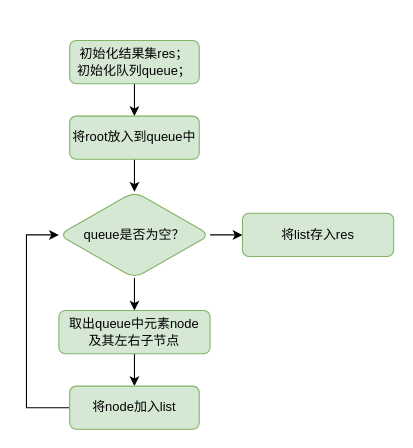
This is 2022年4月9日.drawio from HonyoLAN/telmy, a draw.io file, before an edit. Source tidied: cells renumbered, new cells numbered last; positions are measured from the earlier drawing's top-left corner, leaving out a move shared by most shapes. Both pictures are drawn from the tidied source at 108%, with x=0, y=0 at pixel (26, 40).
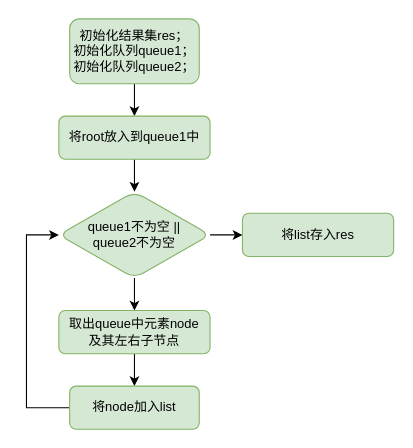
The same page after the edit.

Commit message (it also covers changes not shown here):
更新2022年4月9日.drawio

The edit, as a diff of the source:
```diff
@@
 <mxGraphModel>
   <root>
     <mxCell id="0" />
     <mxCell id="1" parent="0" />
     <mxCell id="2" style="edgeStyle=orthogonalEdgeStyle;rounded=0;jettySize=auto;html=1;" parent="1" edge="1" source="3" target="5">
       <mxGeometry relative="1" as="geometry" />
     </mxCell>
-    <mxCell id="3" value="初始化结果集res；&lt;br&gt;初始化队列queue；" style="rounded=1;whiteSpace=wrap;html=1;fillColor=#d5e8d4;strokeColor=#82b366;" parent="1" vertex="1">
-      <mxGeometry x="40" width="120" height="40" as="geometry" />
+    <mxCell id="3" value="初始化结果集res；&lt;br&gt;初始化队列queue1；&lt;br&gt;初始化队列queue2；" style="rounded=1;whiteSpace=wrap;html=1;fillColor=#d5e8d4;strokeColor=#82b366;" parent="1" vertex="1">
+      <mxGeometry x="40" y="-20" width="120" height="60" as="geometry" />
     </mxCell>
     <mxCell id="4" style="edgeStyle=orthogonalEdgeStyle;rounded=0;jettySize=auto;html=1;" parent="1" edge="1" source="5" target="8">
       <mxGeometry relative="1" as="geometry" />
     </mxCell>
-    <mxCell id="5" value="将root放入到queue中" style="rounded=1;whiteSpace=wrap;html=1;fillColor=#d5e8d4;strokeColor=#82b366;" parent="1" vertex="1">
-      <mxGeometry x="40" y="70" width="120" height="40" as="geometry" />
+    <mxCell id="5" value="将root放入到queue1中" style="rounded=1;whiteSpace=wrap;html=1;fillColor=#d5e8d4;strokeColor=#82b366;" parent="1" vertex="1">
+      <mxGeometry x="30" y="70" width="140" height="40" as="geometry" />
     </mxCell>
     <mxCell id="6" style="edgeStyle=orthogonalEdgeStyle;rounded=0;jettySize=auto;html=1;" parent="1" edge="1" source="8" target="10">
       <mxGeometry relative="1" as="geometry" />
     </mxCell>
     <mxCell id="7" style="edgeStyle=orthogonalEdgeStyle;rounded=0;jettySize=auto;html=1;" parent="1" edge="1" source="8" target="13">
       <mxGeometry relative="1" as="geometry" />
     </mxCell>
-    <mxCell id="8" value="queue是否为空？" style="rhombus;whiteSpace=wrap;html=1;fillColor=#d5e8d4;strokeColor=#82b366;rounded=1;" parent="1" vertex="1">
+    <mxCell id="8" value="queue1不为空 ||&lt;br&gt;queue2不为空" style="rhombus;whiteSpace=wrap;html=1;fillColor=#d5e8d4;strokeColor=#82b366;rounded=1;" parent="1" vertex="1">
       <mxGeometry x="30" y="140" width="140" height="80" as="geometry" />
     </mxCell>
     <mxCell id="9" style="edgeStyle=orthogonalEdgeStyle;rounded=0;jettySize=auto;html=1;" parent="1" edge="1" source="10" target="12">
       <mxGeometry relative="1" as="geometry" />
     </mxCell>
     <mxCell id="10" value="取出queue中元素node&lt;br&gt;及其左右子节点" style="rounded=1;whiteSpace=wrap;html=1;fillColor=#d5e8d4;strokeColor=#82b366;" parent="1" vertex="1">
       <mxGeometry x="30" y="250" width="140" height="40" as="geometry" />
     </mxCell>
     <mxCell id="11" style="edgeStyle=orthogonalEdgeStyle;rounded=0;jettySize=auto;html=1;exitX=0;exitY=0.5;exitDx=0;exitDy=0;entryX=0;entryY=0.5;entryDx=0;entryDy=0;" parent="1" edge="1" source="12" target="8">
       <mxGeometry relative="1" as="geometry">
         <Array as="points">
           <mxPoint y="340" />
           <mxPoint y="180" />
         </Array>
       </mxGeometry>
     </mxCell>
     <mxCell id="12" value="将node加入list" style="rounded=1;whiteSpace=wrap;html=1;fillColor=#d5e8d4;strokeColor=#82b366;" parent="1" vertex="1">
       <mxGeometry x="40" y="320" width="120" height="40" as="geometry" />
     </mxCell>
     <mxCell id="13" value="将list存入res" style="rounded=1;whiteSpace=wrap;html=1;fillColor=#d5e8d4;strokeColor=#82b366;" parent="1" vertex="1">
       <mxGeometry x="200" y="160" width="140" height="40" as="geometry" />
     </mxCell>
   </root>
 </mxGraphModel>
```
